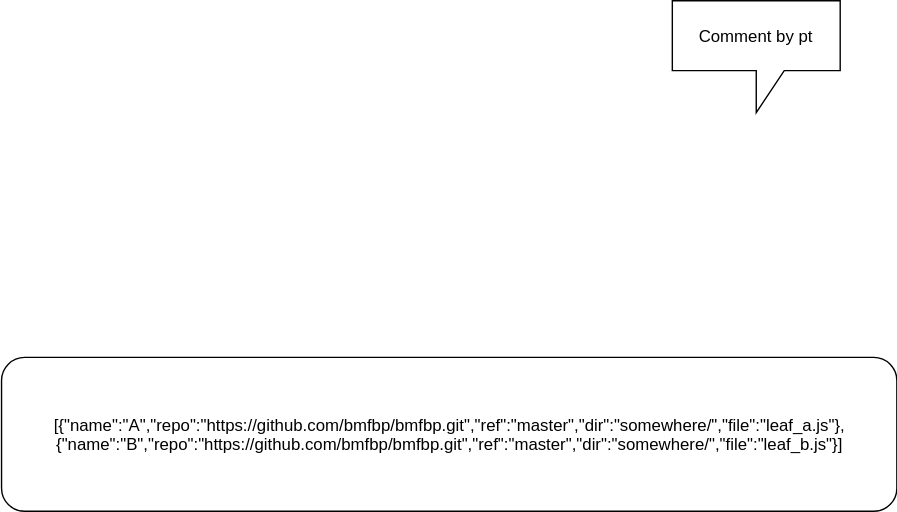
This is svg/js-compiler/test_diagrams/js_test4_emitter.svg from bmfbp/bmfbp, a draw.io export, as it was before one commit. Source tidied: cells renumbered, new cells last; positions are measured from the earlier drawing's top-left corner, leaving out a move shared by most shapes.
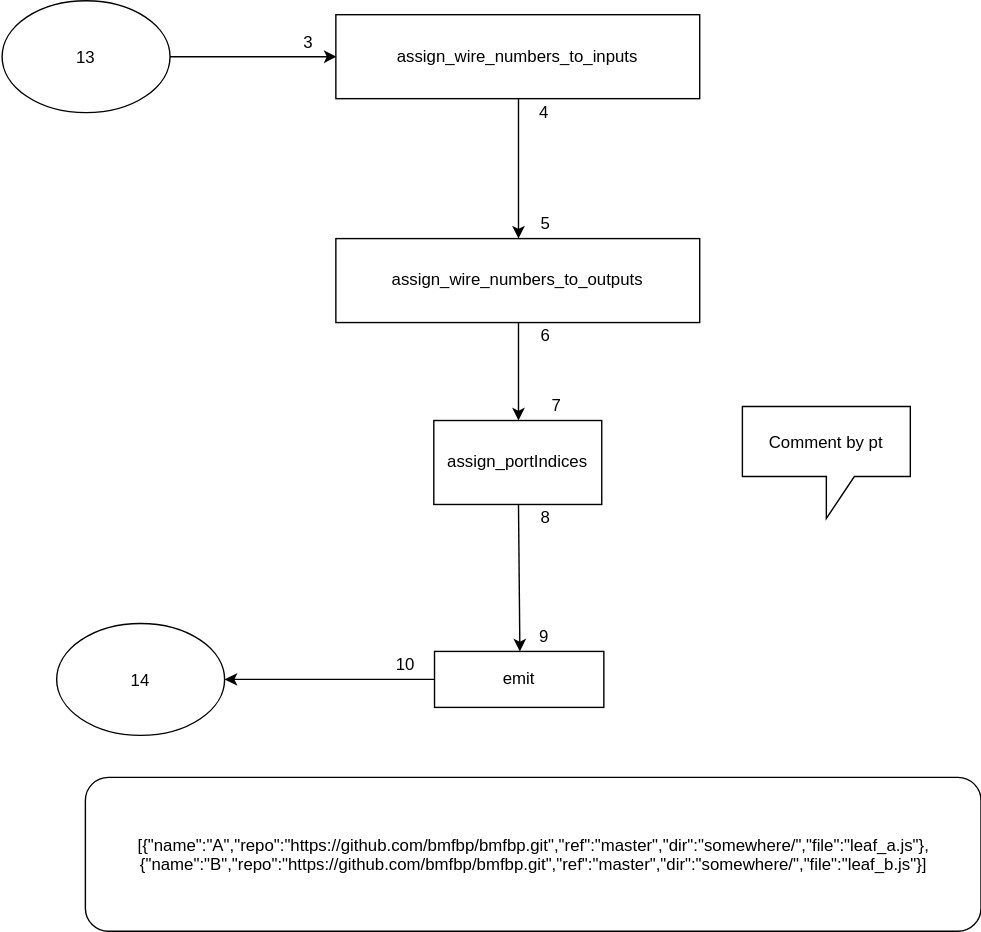
Later version of the same file.

Change to the diagram source:
```diff
@@ -2,11 +2,68 @@
   <root>
     <mxCell id="0" />
     <mxCell id="1" parent="0" />
+    <mxCell id="4" style="edgeStyle=orthogonalEdgeStyle;rounded=0;jettySize=auto;html=1;exitX=0;exitY=0.5;exitDx=0;exitDy=0;entryX=1;entryY=0.5;entryDx=0;entryDy=0;" parent="1" edge="1" source="5" target="19">
+      <mxGeometry relative="1" as="geometry" />
+    </mxCell>
+    <mxCell id="5" value="emit" style="rounded=0;fontSize=12;labelBorderColor=none;" parent="1" vertex="1">
+      <mxGeometry x="260" y="175" width="121" height="40" as="geometry" />
+    </mxCell>
+    <mxCell id="6" value="9" style="text;strokeColor=none;fillColor=none;align=center;verticalAlign=middle;rounded=0;" parent="1" vertex="1">
+      <mxGeometry x="318.5" y="155" width="40" height="20" as="geometry" />
+    </mxCell>
+    <mxCell id="7" value="8" style="text;strokeColor=none;fillColor=none;align=center;verticalAlign=middle;rounded=0;" parent="1" vertex="1">
+      <mxGeometry x="319.5" y="70" width="40" height="20" as="geometry" />
+    </mxCell>
+    <mxCell id="8" value="assign_portIndices" style="rounded=0;" parent="1" vertex="1">
+      <mxGeometry x="259.5" y="10" width="120" height="60" as="geometry" />
+    </mxCell>
+    <mxCell id="9" style="endArrow=classic;html=1;entryX=0.5;entryY=0;entryDx=0;entryDy=0;exitX=0.5;exitY=1;exitDx=0;exitDy=0;" parent="1" edge="1" source="8" target="5">
+      <mxGeometry relative="1" as="geometry" />
+    </mxCell>
+    <mxCell id="10" value="assign_wire_numbers_to_outputs" style="rounded=0;" parent="1" vertex="1">
+      <mxGeometry x="189.5" y="-120" width="260" height="60" as="geometry" />
+    </mxCell>
+    <mxCell id="11" style="endArrow=classic;html=1;entryX=0.5;entryY=0;entryDx=0;entryDy=0;exitX=0.5;exitY=1;exitDx=0;exitDy=0;" parent="1" edge="1" source="10" target="8">
+      <mxGeometry relative="1" as="geometry" />
+    </mxCell>
+    <mxCell id="12" value="6" style="text;strokeColor=none;fillColor=none;align=center;verticalAlign=middle;rounded=0;" parent="1" vertex="1">
+      <mxGeometry x="319.5" y="-60" width="40" height="20" as="geometry" />
+    </mxCell>
+    <mxCell id="13" value="7" style="text;strokeColor=none;fillColor=none;align=center;verticalAlign=middle;rounded=0;" parent="1" vertex="1">
+      <mxGeometry x="327.5" y="-10" width="40" height="20" as="geometry" />
+    </mxCell>
+    <mxCell id="14" value="assign_wire_numbers_to_inputs" style="rounded=0;" parent="1" vertex="1">
+      <mxGeometry x="189.5" y="-280" width="260" height="60" as="geometry" />
+    </mxCell>
+    <mxCell id="15" style="endArrow=classic;html=1;entryX=0.5;entryY=0;entryDx=0;entryDy=0;exitX=0.5;exitY=1;exitDx=0;exitDy=0;" parent="1" edge="1" source="14" target="10">
+      <mxGeometry relative="1" as="geometry" />
+    </mxCell>
+    <mxCell id="16" value="4" style="text;strokeColor=none;fillColor=none;align=center;verticalAlign=middle;rounded=0;" parent="1" vertex="1">
+      <mxGeometry x="318.5" y="-220" width="40" height="20" as="geometry" />
+    </mxCell>
+    <mxCell id="17" value="5" style="text;strokeColor=none;fillColor=none;align=center;verticalAlign=middle;rounded=0;" parent="1" vertex="1">
+      <mxGeometry x="319.5" y="-140" width="40" height="20" as="geometry" />
+    </mxCell>
     <mxCell id="2" value="Comment by pt" style="shape=callout;whiteSpace=wrap;html=1;perimeter=calloutPerimeter;" parent="1" vertex="1">
       <mxGeometry x="480" width="120" height="80" as="geometry" />
     </mxCell>
     <mxCell id="3" value="&lt;span&gt;[{&quot;name&quot;:&quot;A&quot;,&quot;repo&quot;:&quot;https://github.com/bmfbp/bmfbp.git&quot;,&quot;ref&quot;:&quot;master&quot;,&quot;dir&quot;:&quot;somewhere/&quot;,&quot;file&quot;:&quot;leaf_a.js&quot;},{&quot;name&quot;:&quot;B&quot;,&quot;repo&quot;:&quot;https://github.com/bmfbp/bmfbp.git&quot;,&quot;ref&quot;:&quot;master&quot;,&quot;dir&quot;:&quot;somewhere/&quot;,&quot;file&quot;:&quot;leaf_b.js&quot;}]&lt;/span&gt;" style="rounded=1;whiteSpace=wrap;html=1;" parent="1" vertex="1">
-      <mxGeometry x="0.5" y="255" width="640" height="110" as="geometry" />
+      <mxGeometry x="10.5" y="265" width="640" height="110" as="geometry" />
     </mxCell>
+    <mxCell id="18" value="13" style="ellipse;whiteSpace=wrap;html=1;" parent="1" vertex="1">
+      <mxGeometry x="-49.5" y="-290" width="120" height="80" as="geometry" />
+    </mxCell>
+    <mxCell id="19" value="14" style="ellipse;whiteSpace=wrap;html=1;" parent="1" vertex="1">
+      <mxGeometry x="-10" y="155" width="120" height="80" as="geometry" />
+    </mxCell>
+    <mxCell id="20" style="endArrow=classic;html=1;entryX=0;entryY=0.5;entryDx=0;entryDy=0;exitX=1;exitY=0.5;exitDx=0;exitDy=0;" parent="1" edge="1" source="18" target="14">
+      <mxGeometry relative="1" as="geometry" />
+    </mxCell>
+    <mxCell id="21" value="3" style="text;strokeColor=none;fillColor=none;align=center;verticalAlign=middle;rounded=0;" parent="1" vertex="1">
+      <mxGeometry x="150" y="-270" width="40" height="20" as="geometry" />
+    </mxCell>
+    <mxCell id="22" value="10" style="text;strokeColor=none;fillColor=none;align=center;verticalAlign=middle;rounded=0;" parent="1" vertex="1">
+      <mxGeometry x="219.5" y="175" width="40" height="20" as="geometry" />
+    </mxCell>
   </root>
 </mxGraphModel>
```
